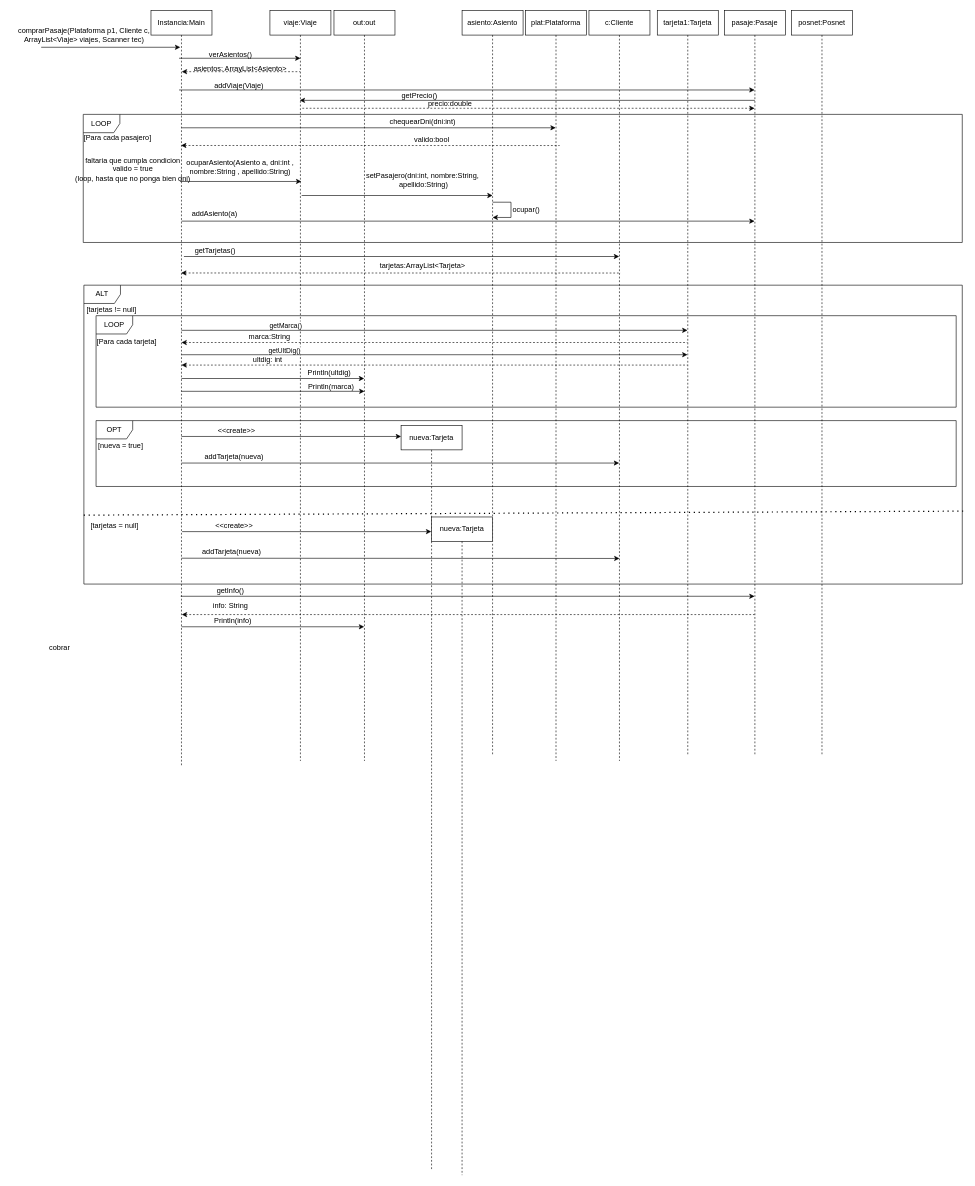
eliseovillaok/TPE-grupo-8 keeps this draw.io diagram as Diagramas y documentacion/Diagrama de Secuencia.drawio. Above is the earlier version. Source tidied: cells renumbered, new cells numbered last; positions are measured from the earlier drawing's top-left corner, leaving out a move shared by most shapes. Both pictures are drawn from the tidied source at 61%, with x=0, y=0 at pixel (10, 10).
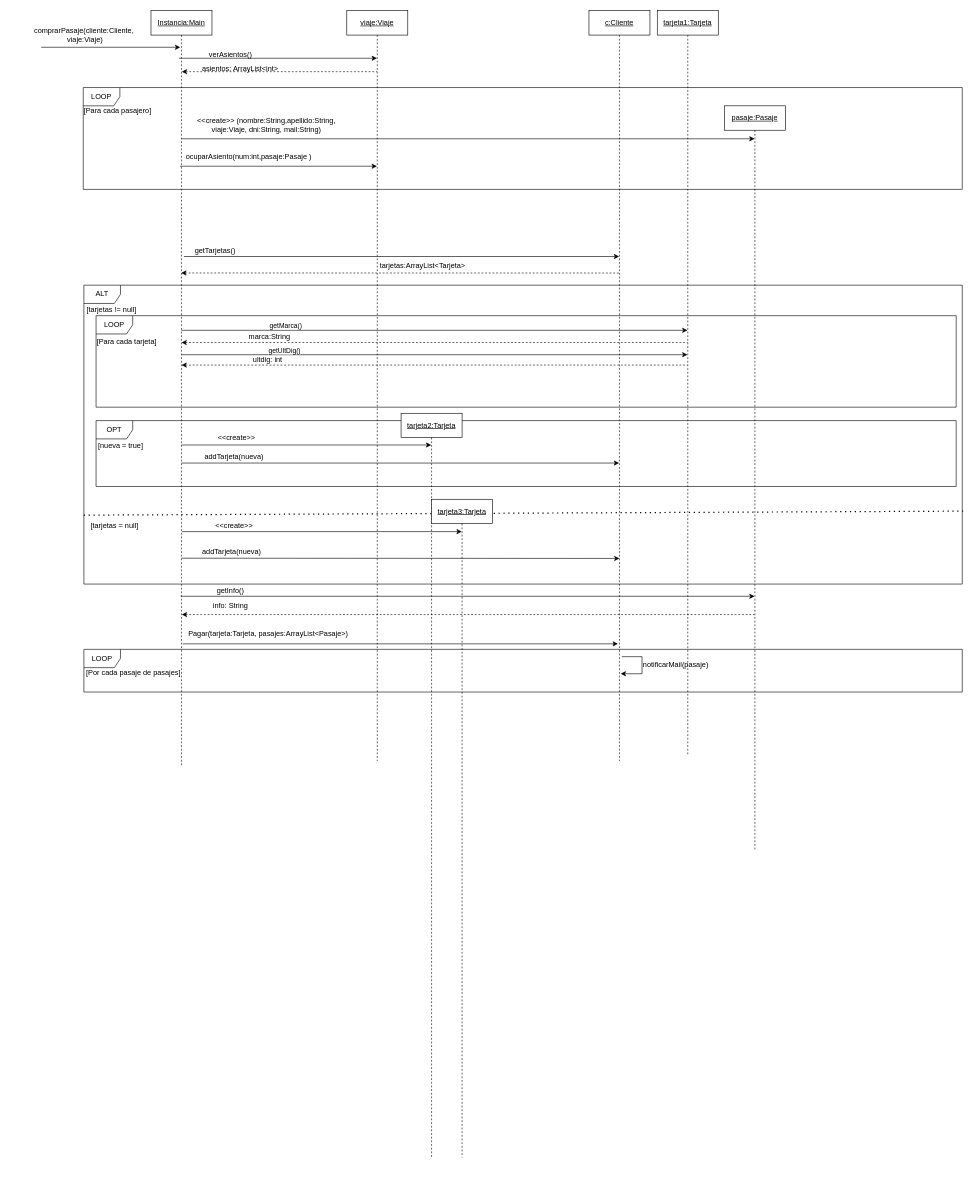
The same diagram, later.

Commit message:
Diagrama de secuencia updated

What changed in the source:
```diff
@@
-    <mxCell id="2" value="Instancia:Main" style="shape=umlLifeline;perimeter=lifelinePerimeter;whiteSpace=wrap;html=1;newEdgeStyle={&quot;edgeStyle&quot;:&quot;elbowEdgeStyle&quot;,&quot;elbow&quot;:&quot;vertical&quot;,&quot;curved&quot;:0,&quot;rounded&quot;:0};" parent="1" vertex="1">
+    <mxCell id="2" value="Instancia:Main" style="shape=umlLifeline;perimeter=lifelinePerimeter;whiteSpace=wrap;html=1;newEdgeStyle={&quot;edgeStyle&quot;:&quot;elbowEdgeStyle&quot;,&quot;elbow&quot;:&quot;vertical&quot;,&quot;curved&quot;:0,&quot;rounded&quot;:0};fontStyle=4;" parent="1" vertex="1">
       <mxGeometry x="230" width="100" height="1240" as="geometry" />
     </mxCell>
@@
-    <mxCell id="4" value="comprarPasaje(Plataforma p1, Cliente c, &lt;br&gt;ArrayList&amp;lt;Viaje&amp;gt; viajes, Scanner tec)" style="text;html=1;align=center;verticalAlign=middle;strokeColor=none;fillColor=none;" parent="1" vertex="1">
-      <mxGeometry y="20" width="240" height="40" as="geometry" />
+    <mxCell id="4" value="comprarPasaje(cliente:Cliente,&lt;br&gt;&amp;nbsp;viaje:Viaje)" style="text;html=1;align=center;verticalAlign=middle;strokeColor=none;fillColor=none;" parent="1" vertex="1">
+      <mxGeometry x="25" y="20" width="190" height="40" as="geometry" />
     </mxCell>
@@
-    <mxCell id="6" value="out:out" style="shape=umlLifeline;perimeter=lifelinePerimeter;whiteSpace=wrap;html=1;newEdgeStyle={&quot;edgeStyle&quot;:&quot;elbowEdgeStyle&quot;,&quot;elbow&quot;:&quot;vertical&quot;,&quot;curved&quot;:0,&quot;rounded&quot;:0};" parent="1" vertex="1">
-      <mxGeometry x="530" width="100" height="1230" as="geometry" />
-    </mxCell>
@@
-    <mxCell id="8" value="asiento:Asiento" style="shape=umlLifeline;perimeter=lifelinePerimeter;whiteSpace=wrap;html=1;newEdgeStyle={&quot;edgeStyle&quot;:&quot;elbowEdgeStyle&quot;,&quot;elbow&quot;:&quot;vertical&quot;,&quot;curved&quot;:0,&quot;rounded&quot;:0};" parent="1" vertex="1">
-      <mxGeometry x="740" width="100" height="1220" as="geometry" />
-    </mxCell>
-    <mxCell id="9" value="viaje:Viaje" style="shape=umlLifeline;perimeter=lifelinePerimeter;whiteSpace=wrap;html=1;outlineConnect=0;portConstraint=eastwest;newEdgeStyle={&quot;edgeStyle&quot;:&quot;elbowEdgeStyle&quot;,&quot;elbow&quot;:&quot;vertical&quot;,&quot;curved&quot;:0,&quot;rounded&quot;:0};" parent="1" vertex="1">
-      <mxGeometry x="425" width="100" height="1230" as="geometry" />
+    <mxCell id="9" value="viaje:Viaje" style="shape=umlLifeline;perimeter=lifelinePerimeter;whiteSpace=wrap;html=1;outlineConnect=0;portConstraint=eastwest;newEdgeStyle={&quot;edgeStyle&quot;:&quot;elbowEdgeStyle&quot;,&quot;elbow&quot;:&quot;vertical&quot;,&quot;curved&quot;:0,&quot;rounded&quot;:0};fontStyle=4;" parent="1" vertex="1">
+      <mxGeometry x="551" width="100" height="1230" as="geometry" />
     </mxCell>
@@
-    <mxCell id="11" style="endArrow=classic;html=1;rounded=0;" parent="1" edge="1">
+    <mxCell id="11" style="endArrow=classic;html=1;rounded=0;" parent="1" edge="1" target="9">
       <mxGeometry relative="1" as="geometry">
         <mxPoint x="276" y="78" as="sourcePoint" />
-        <mxPoint x="475" y="78" as="targetPoint" />
       </mxGeometry>
     </mxCell>
@@
-    <mxCell id="13" style="endArrow=none;html=1;rounded=0;endFill=0;startArrow=classic;startFill=1;dashed=1;" parent="1" edge="1">
+    <mxCell id="13" style="endArrow=none;html=1;rounded=0;endFill=0;startArrow=classic;startFill=1;dashed=1;" parent="1" edge="1" target="9">
       <mxGeometry relative="1" as="geometry">
         <mxPoint x="280.5" y="100" as="sourcePoint" />
-        <mxPoint x="474.5" y="100" as="targetPoint" />
       </mxGeometry>
     </mxCell>
-    <mxCell id="14" value="asientos: ArrayList&amp;lt;Asiento&amp;gt;" style="text;html=1;align=center;verticalAlign=middle;strokeColor=none;fillColor=none;" parent="1" vertex="1">
-      <mxGeometry x="286" y="80" width="180" height="30" as="geometry" />
+    <mxCell id="14" value="asientos: ArrayList&amp;lt;int&amp;gt;" style="text;html=1;align=center;verticalAlign=middle;strokeColor=none;fillColor=none;" parent="1" vertex="1">
+      <mxGeometry x="301" y="80" width="150" height="30" as="geometry" />
     </mxCell>
-    <mxCell id="15" value="posnet:Posnet" style="shape=umlLifeline;perimeter=lifelinePerimeter;whiteSpace=wrap;html=1;newEdgeStyle={&quot;edgeStyle&quot;:&quot;elbowEdgeStyle&quot;,&quot;elbow&quot;:&quot;vertical&quot;,&quot;curved&quot;:0,&quot;rounded&quot;:0};" parent="1" vertex="1">
-      <mxGeometry x="1280" width="100" height="1219" as="geometry" />
-    </mxCell>
-    <mxCell id="16" style="endArrow=classic;html=1;rounded=0;" parent="1" edge="1">
-      <mxGeometry relative="1" as="geometry">
-        <mxPoint x="477" y="303" as="sourcePoint" />
-        <mxPoint x="790" y="303" as="targetPoint" />
-      </mxGeometry>
-    </mxCell>
-    <mxCell id="17" value="setPasajero(dni:int, nombre:String,&lt;br&gt;&amp;nbsp;apellido:String)" style="text;html=1;align=center;verticalAlign=middle;strokeColor=none;fillColor=none;" parent="1" vertex="1">
-      <mxGeometry x="570" y="257" width="210" height="40" as="geometry" />
-    </mxCell>
-    <mxCell id="18" style="endArrow=classic;html=1;rounded=0;" parent="1" edge="1">
-      <mxGeometry relative="1" as="geometry">
-        <mxPoint x="790.2" y="314" as="sourcePoint" />
-        <mxPoint x="790" y="339" as="targetPoint" />
-        <Array as="points">
-          <mxPoint x="820.2" y="314" />
-          <mxPoint x="820.2" y="339" />
-        </Array>
-      </mxGeometry>
-    </mxCell>
-    <mxCell id="19" value="ocupar()" style="text;html=1;align=center;verticalAlign=middle;strokeColor=none;fillColor=none;" parent="1" vertex="1">
-      <mxGeometry x="810" y="312" width="70" height="30" as="geometry" />
-    </mxCell>
-    <mxCell id="20" value="ocuparAsiento(Asiento a, dni:int , &lt;br&gt;nombre:String , apellido:String)" style="text;html=1;align=center;verticalAlign=middle;strokeColor=none;fillColor=none;" parent="1" vertex="1">
-      <mxGeometry x="276" y="237" width="200" height="40" as="geometry" />
+    <mxCell id="20" value="ocuparAsiento(num:int,pasaje:Pasaje )" style="text;html=1;align=center;verticalAlign=middle;strokeColor=none;fillColor=none;" parent="1" vertex="1">
+      <mxGeometry x="275" y="225" width="230" height="30" as="geometry" />
     </mxCell>
     <mxCell id="21" value="LOOP" style="shape=umlFrame;whiteSpace=wrap;html=1;" parent="1" vertex="1">
-      <mxGeometry x="119" y="170" width="1441" height="210" as="geometry" />
+      <mxGeometry x="119" y="126" width="1441" height="167" as="geometry" />
     </mxCell>
-    <mxCell id="22" style="endArrow=classic;html=1;rounded=0;" parent="1" edge="1">
+    <mxCell id="22" style="endArrow=classic;html=1;rounded=0;" parent="1" edge="1" target="9">
       <mxGeometry relative="1" as="geometry">
-        <mxPoint x="277.5" y="280" as="sourcePoint" />
-        <mxPoint x="476.5" y="280" as="targetPoint" />
+        <mxPoint x="277.5" y="255" as="sourcePoint" />
       </mxGeometry>
     </mxCell>
     <mxCell id="23" value="[Para cada pasajero]" style="text;html=1;align=center;verticalAlign=middle;strokeColor=none;fillColor=none;" parent="1" vertex="1">
-      <mxGeometry x="110" y="193" width="130" height="30" as="geometry" />
+      <mxGeometry x="110" y="150" width="130" height="30" as="geometry" />
     </mxCell>
-    <mxCell id="24" value="chequearDni(dni:int)" style="text;html=1;align=center;verticalAlign=middle;strokeColor=none;fillColor=none;" parent="1" vertex="1">
-      <mxGeometry x="610" y="168" width="130" height="30" as="geometry" />
-    </mxCell>
-    <mxCell id="25" value="valido:bool" style="text;html=1;align=center;verticalAlign=middle;strokeColor=none;fillColor=none;" parent="1" vertex="1">
-      <mxGeometry x="650" y="196" width="80" height="30" as="geometry" />
-    </mxCell>
-    <mxCell id="26" value="plat:Plataforma" style="shape=umlLifeline;perimeter=lifelinePerimeter;whiteSpace=wrap;html=1;newEdgeStyle={&quot;edgeStyle&quot;:&quot;elbowEdgeStyle&quot;,&quot;elbow&quot;:&quot;vertical&quot;,&quot;curved&quot;:0,&quot;rounded&quot;:0};" parent="1" vertex="1">
-      <mxGeometry x="844" width="100" height="1230" as="geometry" />
-    </mxCell>
-    <mxCell id="27" style="endArrow=classic;html=1;rounded=0;" parent="1" edge="1">
-      <mxGeometry relative="1" as="geometry">
-        <mxPoint x="280" y="192" as="sourcePoint" />
-        <mxPoint x="893.5" y="192" as="targetPoint" />
-      </mxGeometry>
-    </mxCell>
-    <mxCell id="28" style="endArrow=none;html=1;rounded=0;endFill=0;startArrow=classic;startFill=1;dashed=1;" parent="1" edge="1">
-      <mxGeometry relative="1" as="geometry">
-        <mxPoint x="279.3" y="221" as="sourcePoint" />
-        <mxPoint x="900" y="221.1" as="targetPoint" />
-      </mxGeometry>
-    </mxCell>
-    <mxCell id="29" value="c:Cliente" style="shape=umlLifeline;perimeter=lifelinePerimeter;whiteSpace=wrap;html=1;outlineConnect=0;portConstraint=eastwest;newEdgeStyle={&quot;edgeStyle&quot;:&quot;elbowEdgeStyle&quot;,&quot;elbow&quot;:&quot;vertical&quot;,&quot;curved&quot;:0,&quot;rounded&quot;:0};" parent="1" vertex="1">
+    <mxCell id="29" value="c:Cliente" style="shape=umlLifeline;perimeter=lifelinePerimeter;whiteSpace=wrap;html=1;outlineConnect=0;portConstraint=eastwest;newEdgeStyle={&quot;edgeStyle&quot;:&quot;elbowEdgeStyle&quot;,&quot;elbow&quot;:&quot;vertical&quot;,&quot;curved&quot;:0,&quot;rounded&quot;:0};fontStyle=4;" parent="1" vertex="1">
       <mxGeometry x="948" width="100" height="1230" as="geometry" />
     </mxCell>
@@
-    <mxCell id="42" style="endArrow=classic;html=1;rounded=0;" parent="1" edge="1">
-      <mxGeometry relative="1" as="geometry">
-        <mxPoint x="280" y="603" as="sourcePoint" />
-        <mxPoint x="579.5" y="603" as="targetPoint" />
-      </mxGeometry>
-    </mxCell>
-    <mxCell id="43" value="Println(ultdig)" style="text;html=1;align=center;verticalAlign=middle;strokeColor=none;fillColor=none;" parent="1" vertex="1">
-      <mxGeometry x="477" y="578" width="90" height="30" as="geometry" />
-    </mxCell>
-    <mxCell id="44" value="Println(marca)" style="text;html=1;align=center;verticalAlign=middle;strokeColor=none;fillColor=none;" parent="1" vertex="1">
-      <mxGeometry x="475" y="602" width="100" height="30" as="geometry" />
-    </mxCell>
-    <mxCell id="45" style="endArrow=classic;html=1;rounded=0;" parent="1" edge="1">
-      <mxGeometry relative="1" as="geometry">
-        <mxPoint x="280" y="624" as="sourcePoint" />
-        <mxPoint x="580" y="624" as="targetPoint" />
-      </mxGeometry>
-    </mxCell>
@@
     <mxCell id="54" style="endArrow=classic;html=1;rounded=0;" parent="1" edge="1">
       <mxGeometry relative="1" as="geometry">
-        <mxPoint x="280" y="698" as="sourcePoint" />
-        <mxPoint x="640" y="698" as="targetPoint" />
+        <mxPoint x="280" y="712" as="sourcePoint" />
+        <mxPoint x="689.5" y="712" as="targetPoint" />
       </mxGeometry>
     </mxCell>
-    <mxCell id="55" value="nueva:Tarjeta" style="shape=umlLifeline;perimeter=lifelinePerimeter;whiteSpace=wrap;html=1;outlineConnect=0;portConstraint=eastwest;newEdgeStyle={&quot;edgeStyle&quot;:&quot;elbowEdgeStyle&quot;,&quot;elbow&quot;:&quot;vertical&quot;,&quot;curved&quot;:0,&quot;rounded&quot;:0};" parent="1" vertex="1">
-      <mxGeometry x="640" y="680" width="100" height="1219" as="geometry" />
+    <mxCell id="55" value="tarjeta2:Tarjeta" style="shape=umlLifeline;perimeter=lifelinePerimeter;whiteSpace=wrap;html=1;outlineConnect=0;portConstraint=eastwest;newEdgeStyle={&quot;edgeStyle&quot;:&quot;elbowEdgeStyle&quot;,&quot;elbow&quot;:&quot;vertical&quot;,&quot;curved&quot;:0,&quot;rounded&quot;:0};fontStyle=4;" parent="1" vertex="1">
+      <mxGeometry x="640" y="660" width="100" height="1219" as="geometry" />
     </mxCell>
-    <mxCell id="56" value="tarjeta1:Tarjeta" style="shape=umlLifeline;perimeter=lifelinePerimeter;whiteSpace=wrap;html=1;outlineConnect=0;portConstraint=eastwest;newEdgeStyle={&quot;edgeStyle&quot;:&quot;elbowEdgeStyle&quot;,&quot;elbow&quot;:&quot;vertical&quot;,&quot;curved&quot;:0,&quot;rounded&quot;:0};" parent="1" vertex="1">
+    <mxCell id="56" value="tarjeta1:Tarjeta" style="shape=umlLifeline;perimeter=lifelinePerimeter;whiteSpace=wrap;html=1;outlineConnect=0;portConstraint=eastwest;newEdgeStyle={&quot;edgeStyle&quot;:&quot;elbowEdgeStyle&quot;,&quot;elbow&quot;:&quot;vertical&quot;,&quot;curved&quot;:0,&quot;rounded&quot;:0};fontStyle=4;" parent="1" vertex="1">
       <mxGeometry x="1060" width="100" height="1219" as="geometry" />
     </mxCell>
     <mxCell id="57" value="&amp;lt;&amp;lt;create&amp;gt;&amp;gt;" style="text;html=1;align=center;verticalAlign=middle;strokeColor=none;fillColor=none;" parent="1" vertex="1">
-      <mxGeometry x="330" y="674" width="80" height="30" as="geometry" />
+      <mxGeometry x="330" y="686" width="80" height="30" as="geometry" />
     </mxCell>
@@
-    <mxCell id="60" style="endArrow=classic;html=1;rounded=0;" parent="1" edge="1" target="55">
+    <mxCell id="60" style="endArrow=classic;html=1;rounded=0;" parent="1" edge="1" target="64">
       <mxGeometry relative="1" as="geometry">
         <mxPoint x="281" y="854" as="sourcePoint" />
       </mxGeometry>
     </mxCell>
@@
-    <mxCell id="64" value="nueva:Tarjeta" style="shape=umlLifeline;perimeter=lifelinePerimeter;whiteSpace=wrap;html=1;outlineConnect=0;portConstraint=eastwest;newEdgeStyle={&quot;edgeStyle&quot;:&quot;elbowEdgeStyle&quot;,&quot;elbow&quot;:&quot;vertical&quot;,&quot;curved&quot;:0,&quot;rounded&quot;:0};" parent="1" vertex="1">
-      <mxGeometry x="690" y="830" width="100" height="1079" as="geometry" />
+    <mxCell id="64" value="tarjeta3:Tarjeta" style="shape=umlLifeline;perimeter=lifelinePerimeter;whiteSpace=wrap;html=1;outlineConnect=0;portConstraint=eastwest;newEdgeStyle={&quot;edgeStyle&quot;:&quot;elbowEdgeStyle&quot;,&quot;elbow&quot;:&quot;vertical&quot;,&quot;curved&quot;:0,&quot;rounded&quot;:0};fontStyle=4;" parent="1" vertex="1">
+      <mxGeometry x="690" y="801" width="100" height="1079" as="geometry" />
     </mxCell>
@@
-    <mxCell id="66" style="endArrow=classic;html=1;rounded=0;" parent="1" edge="1">
-      <mxGeometry relative="1" as="geometry">
-        <mxPoint x="280" y="1010" as="sourcePoint" />
-        <mxPoint x="579.5" y="1010" as="targetPoint" />
-      </mxGeometry>
-    </mxCell>
-    <mxCell id="67" value="Println(info)" style="text;html=1;align=center;verticalAlign=middle;strokeColor=none;fillColor=none;" parent="1" vertex="1">
-      <mxGeometry x="324" y="985" width="80" height="30" as="geometry" />
-    </mxCell>
-    <mxCell id="68" value="pasaje:Pasaje" style="shape=umlLifeline;perimeter=lifelinePerimeter;whiteSpace=wrap;html=1;outlineConnect=0;portConstraint=eastwest;newEdgeStyle={&quot;edgeStyle&quot;:&quot;elbowEdgeStyle&quot;,&quot;elbow&quot;:&quot;vertical&quot;,&quot;curved&quot;:0,&quot;rounded&quot;:0};" parent="1" vertex="1">
-      <mxGeometry x="1170" width="100" height="1219" as="geometry" />
+    <mxCell id="68" value="pasaje:Pasaje" style="shape=umlLifeline;perimeter=lifelinePerimeter;whiteSpace=wrap;html=1;outlineConnect=0;portConstraint=eastwest;newEdgeStyle={&quot;edgeStyle&quot;:&quot;elbowEdgeStyle&quot;,&quot;elbow&quot;:&quot;vertical&quot;,&quot;curved&quot;:0,&quot;rounded&quot;:0};fontStyle=4;" parent="1" vertex="1">
+      <mxGeometry x="1170" y="156" width="100" height="1219" as="geometry" />
     </mxCell>
-    <mxCell id="69" style="endArrow=classic;html=1;rounded=0;" parent="1" edge="1" target="68">
-      <mxGeometry relative="1" as="geometry">
-        <mxPoint x="280" y="345" as="sourcePoint" />
-      </mxGeometry>
-    </mxCell>
-    <mxCell id="70" value="addAsiento(a)" style="text;html=1;align=center;verticalAlign=middle;strokeColor=none;fillColor=none;" parent="1" vertex="1">
-      <mxGeometry x="284" y="318" width="100" height="30" as="geometry" />
-    </mxCell>
-    <mxCell id="71" style="endArrow=classic;html=1;rounded=0;" parent="1" edge="1" target="68">
-      <mxGeometry relative="1" as="geometry">
-        <mxPoint x="276" y="130" as="sourcePoint" />
-      </mxGeometry>
-    </mxCell>
-    <mxCell id="72" value="addViaje(Viaje)" style="text;html=1;align=center;verticalAlign=middle;strokeColor=none;fillColor=none;" parent="1" vertex="1">
-      <mxGeometry x="324" y="109" width="100" height="30" as="geometry" />
-    </mxCell>
-    <mxCell id="73" style="endArrow=classic;html=1;rounded=0;" parent="1" edge="1">
-      <mxGeometry relative="1" as="geometry">
-        <mxPoint x="1220" y="147" as="sourcePoint" />
-        <mxPoint x="473.8" y="147" as="targetPoint" />
-      </mxGeometry>
-    </mxCell>
-    <mxCell id="74" value="getPrecio()" style="text;html=1;align=center;verticalAlign=middle;strokeColor=none;fillColor=none;" parent="1" vertex="1">
-      <mxGeometry x="630" y="124" width="80" height="30" as="geometry" />
-    </mxCell>
-    <mxCell id="75" style="endArrow=none;html=1;rounded=0;endFill=0;startArrow=classic;startFill=1;dashed=1;" parent="1" edge="1" source="68">
-      <mxGeometry relative="1" as="geometry">
-        <mxPoint x="476" y="160" as="targetPoint" />
-      </mxGeometry>
-    </mxCell>
-    <mxCell id="76" value="precio:double" style="text;html=1;align=center;verticalAlign=middle;strokeColor=none;fillColor=none;" parent="1" vertex="1">
-      <mxGeometry x="670" y="138" width="100" height="30" as="geometry" />
-    </mxCell>
-    <mxCell id="77" value="faltaria que cumpla condicion &lt;br&gt;valido = true&lt;br&gt;(loop, hasta que no ponga bien dni)" style="text;html=1;align=center;verticalAlign=middle;strokeColor=none;fillColor=none;" parent="1" vertex="1">
-      <mxGeometry x="95" y="230" width="210" height="60" as="geometry" />
-    </mxCell>
-    <mxCell id="78" value="cobrar" style="text;html=1;align=center;verticalAlign=middle;strokeColor=none;fillColor=none;" parent="1" vertex="1">
-      <mxGeometry x="50" y="1030" width="60" height="30" as="geometry" />
-    </mxCell>
+    <mxCell id="79" style="endArrow=classic;html=1;rounded=0;" parent="1" edge="1">
+      <mxGeometry relative="1" as="geometry">
+        <mxPoint x="282" y="1038" as="sourcePoint" />
+        <mxPoint x="995.5" y="1038" as="targetPoint" />
+      </mxGeometry>
+    </mxCell>
+    <mxCell id="80" value="Pagar(tarjeta:Tarjeta, pasajes:ArrayList&amp;lt;Pasaje&amp;gt;)" style="text;html=1;align=center;verticalAlign=middle;strokeColor=none;fillColor=none;" parent="1" vertex="1">
+      <mxGeometry x="277" y="1007" width="290" height="30" as="geometry" />
+    </mxCell>
+    <mxCell id="81" style="endArrow=classic;html=1;rounded=0;" parent="1" edge="1" target="68">
+      <mxGeometry relative="1" as="geometry">
+        <mxPoint x="280" y="210" as="sourcePoint" />
+      </mxGeometry>
+    </mxCell>
+    <mxCell id="82" value="&amp;lt;&amp;lt;create&amp;gt;&amp;gt; (nombre:String,apellido:String,&lt;br&gt;viaje:Viaje, dni:String, mail:String)" style="text;html=1;align=center;verticalAlign=middle;strokeColor=none;fillColor=none;" parent="1" vertex="1">
+      <mxGeometry x="294" y="167" width="250" height="40" as="geometry" />
+    </mxCell>
+    <mxCell id="83" style="endArrow=classic;html=1;rounded=0;" parent="1" edge="1">
+      <mxGeometry relative="1" as="geometry">
+        <mxPoint x="1002" y="1059" as="sourcePoint" />
+        <mxPoint x="1000" y="1087" as="targetPoint" />
+        <Array as="points">
+          <mxPoint x="1035" y="1059" />
+          <mxPoint x="1035" y="1087" />
+        </Array>
+      </mxGeometry>
+    </mxCell>
+    <mxCell id="84" value="notificarMail(pasaje)" style="text;html=1;align=center;verticalAlign=middle;strokeColor=none;fillColor=none;" parent="1" vertex="1">
+      <mxGeometry x="1025" y="1058" width="130" height="30" as="geometry" />
+    </mxCell>
+    <mxCell id="85" value="LOOP" style="shape=umlFrame;whiteSpace=wrap;html=1;" parent="1" vertex="1">
+      <mxGeometry x="120" y="1047" width="1440" height="70" as="geometry" />
+    </mxCell>
+    <mxCell id="86" value="[Por cada pasaje de pasajes]" style="text;html=1;align=center;verticalAlign=middle;strokeColor=none;fillColor=none;" parent="1" vertex="1">
+      <mxGeometry x="111" y="1070" width="180" height="30" as="geometry" />
+    </mxCell>
```
